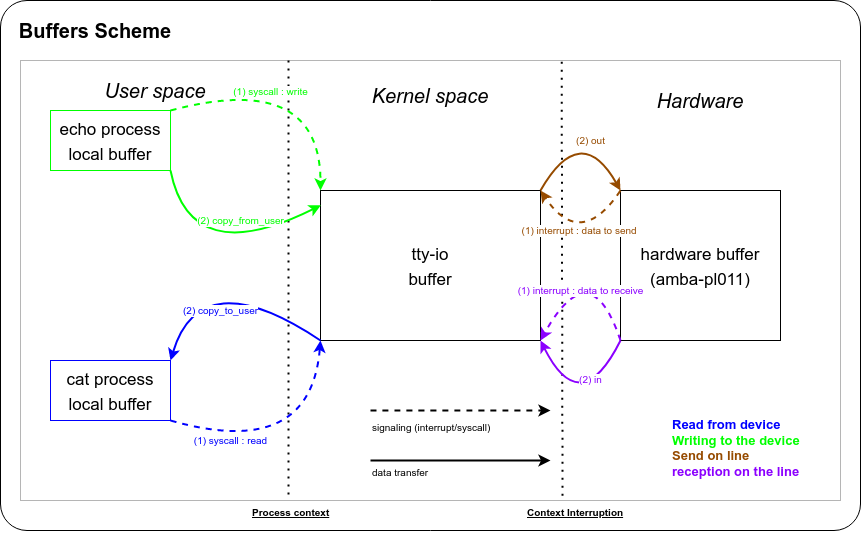
The draw.io diagram image/SERIAL-04.png in lchy0113/dev_tips, before a commit. Source tidied: cells renumbered, new cells last; positions are measured from the earlier drawing's top-left corner, leaving out a move shared by most shapes.
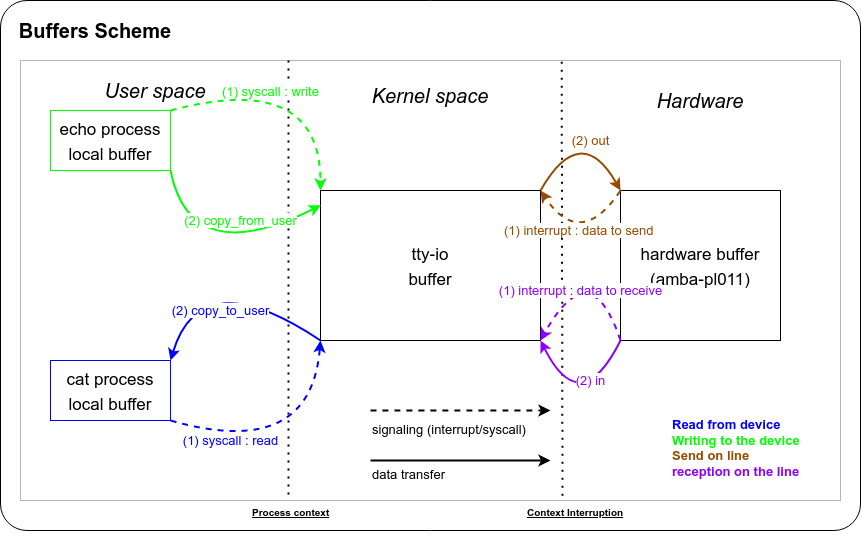
Above is the later version.

Diff of the diagram source:
```diff
@@ -41,7 +41,7 @@
     <mxCell id="13" value="&lt;span style=&quot;&quot;&gt;&lt;font style=&quot;font-size: 20px;&quot;&gt;Hardware&lt;/font&gt;&lt;/span&gt;" style="text;html=1;strokeColor=none;fillColor=none;align=center;verticalAlign=middle;whiteSpace=wrap;rounded=0;fontStyle=2;" parent="1" vertex="1">
       <mxGeometry x="605" y="90" width="190" height="20" as="geometry" />
     </mxCell>
-    <mxCell id="14" value="(1) syscall : write" style="endArrow=classic;html=1;fontSize=10;exitX=1;exitY=0;exitDx=0;exitDy=0;entryX=0;entryY=0;entryDx=0;entryDy=0;strokeColor=#00FF00;fontColor=#00FF00;dashed=1;curved=1;strokeWidth=2;" parent="1" edge="1" source="7" target="9">
+    <mxCell id="14" value="(1) syscall : write" style="endArrow=classic;html=1;fontSize=13;exitX=1;exitY=0;exitDx=0;exitDy=0;entryX=0;entryY=0;entryDx=0;entryDy=0;strokeColor=#00FF00;fontColor=#00FF00;dashed=1;curved=1;strokeWidth=2;" parent="1" edge="1" source="7" target="9">
       <mxGeometry x="-0.26" y="-6" relative="1" as="geometry">
         <Array as="points">
           <mxPoint x="320" y="70" />
@@ -49,21 +49,21 @@
         <mxPoint y="1" as="offset" />
       </mxGeometry>
     </mxCell>
-    <mxCell id="15" value="(2) copy_from_user" style="curved=1;endArrow=none;html=1;fontSize=10;exitX=0.002;exitY=0.098;exitDx=0;exitDy=0;entryX=1;entryY=1;entryDx=0;entryDy=0;exitPerimeter=0;startArrow=classic;startFill=1;endFill=0;strokeColor=#00FF00;fontColor=#00FF00;strokeWidth=2;" parent="1" edge="1" source="9" target="7">
+    <mxCell id="15" value="(2) copy_from_user" style="curved=1;endArrow=none;html=1;fontSize=13;exitX=0.002;exitY=0.098;exitDx=0;exitDy=0;entryX=1;entryY=1;entryDx=0;entryDy=0;exitPerimeter=0;startArrow=classic;startFill=1;endFill=0;strokeColor=#00FF00;fontColor=#00FF00;strokeWidth=2;" parent="1" edge="1" source="9" target="7">
       <mxGeometry x="-0.36" y="-22" relative="1" as="geometry">
         <Array as="points">
           <mxPoint x="190" y="270" />
         </Array>
       </mxGeometry>
     </mxCell>
-    <mxCell id="16" value="(2) copy_to_user" style="curved=1;endArrow=classic;html=1;fontSize=10;exitX=0;exitY=1;exitDx=0;exitDy=0;entryX=1;entryY=0;entryDx=0;entryDy=0;fontColor=#0000FF;strokeColor=#0000FF;strokeWidth=2;" parent="1" edge="1" source="9" target="8">
+    <mxCell id="16" value="(2) copy_to_user" style="curved=1;endArrow=classic;html=1;fontSize=13;exitX=0;exitY=1;exitDx=0;exitDy=0;entryX=1;entryY=0;entryDx=0;entryDy=0;fontColor=#0000FF;strokeColor=#0000FF;strokeWidth=2;" parent="1" edge="1" source="9" target="8">
       <mxGeometry x="-0.2" y="31" relative="1" as="geometry">
         <Array as="points">
           <mxPoint x="200" y="260" />
         </Array>
       </mxGeometry>
     </mxCell>
-    <mxCell id="17" value="(1) syscall : read" style="endArrow=classic;html=1;fontSize=10;exitX=1;exitY=1;exitDx=0;exitDy=0;fontColor=#0000FF;strokeColor=#0000FF;dashed=1;curved=1;strokeWidth=2;" parent="1" edge="1" source="8">
+    <mxCell id="17" value="(1) syscall : read" style="endArrow=classic;html=1;fontSize=13;exitX=1;exitY=1;exitDx=0;exitDy=0;fontColor=#0000FF;strokeColor=#0000FF;dashed=1;curved=1;strokeWidth=2;" parent="1" edge="1" source="8">
       <mxGeometry x="-0.53" y="-3" relative="1" as="geometry">
         <mxPoint x="320" y="340" as="targetPoint" />
         <Array as="points">
@@ -71,28 +71,28 @@
         </Array>
       </mxGeometry>
     </mxCell>
-    <mxCell id="18" value="(1) interrupt : data to receive" style="endArrow=classic;html=1;fontSize=10;entryX=1;entryY=1;entryDx=0;entryDy=0;exitX=0;exitY=1;exitDx=0;exitDy=0;strokeColor=#8B00FF;fontColor=#8B00FF;dashed=1;curved=1;strokeWidth=2;" parent="1" edge="1" source="10" target="9">
+    <mxCell id="18" value="(1) interrupt : data to receive" style="endArrow=classic;html=1;fontSize=13;entryX=1;entryY=1;entryDx=0;entryDy=0;exitX=0;exitY=1;exitDx=0;exitDy=0;strokeColor=#8B00FF;fontColor=#8B00FF;dashed=1;curved=1;strokeWidth=2;" parent="1" edge="1" source="10" target="9">
       <mxGeometry x="0.36" y="11" relative="1" as="geometry">
         <Array as="points">
           <mxPoint x="590" y="250" />
         </Array>
       </mxGeometry>
     </mxCell>
-    <mxCell id="19" value="(2) in" style="curved=1;endArrow=classic;html=1;fontSize=10;entryX=1;entryY=1;entryDx=0;entryDy=0;exitX=0;exitY=1;exitDx=0;exitDy=0;strokeColor=#8B00FF;fontColor=#8B00FF;strokeWidth=2;" parent="1" edge="1" source="10" target="9">
+    <mxCell id="19" value="(2) in" style="curved=1;endArrow=classic;html=1;fontSize=13;entryX=1;entryY=1;entryDx=0;entryDy=0;exitX=0;exitY=1;exitDx=0;exitDy=0;strokeColor=#8B00FF;fontColor=#8B00FF;strokeWidth=2;" parent="1" edge="1" source="10" target="9">
       <mxGeometry x="-0.45" y="-9" relative="1" as="geometry">
         <Array as="points">
           <mxPoint x="580" y="420" />
         </Array>
       </mxGeometry>
     </mxCell>
-    <mxCell id="20" value="(2) out" style="curved=1;endArrow=classic;html=1;fontSize=10;entryX=0;entryY=0;entryDx=0;entryDy=0;exitX=1;exitY=0;exitDx=0;exitDy=0;fontColor=#964B00;strokeColor=#964B00;strokeWidth=2;" parent="1" edge="1" source="9" target="10">
+    <mxCell id="20" value="(2) out" style="curved=1;endArrow=classic;html=1;fontSize=13;entryX=0;entryY=0;entryDx=0;entryDy=0;exitX=1;exitY=0;exitDx=0;exitDy=0;fontColor=#964B00;strokeColor=#964B00;strokeWidth=2;" parent="1" edge="1" source="9" target="10">
       <mxGeometry x="0.28" y="-1" relative="1" as="geometry">
         <Array as="points">
           <mxPoint x="580" y="120" />
         </Array>
       </mxGeometry>
     </mxCell>
-    <mxCell id="21" value="(1) interrupt : data to send&amp;nbsp;" style="endArrow=classic;html=1;fontSize=10;entryX=1;entryY=0;entryDx=0;entryDy=0;exitX=0;exitY=0;exitDx=0;exitDy=0;fontColor=#964B00;strokeColor=#964B00;dashed=1;curved=1;strokeWidth=2;" parent="1" edge="1" source="10" target="9">
+    <mxCell id="21" value="(1) interrupt : data to send&amp;nbsp;" style="endArrow=classic;html=1;fontSize=13;entryX=1;entryY=0;entryDx=0;entryDy=0;exitX=0;exitY=0;exitDx=0;exitDy=0;fontColor=#964B00;strokeColor=#964B00;dashed=1;curved=1;strokeWidth=2;" parent="1" edge="1" source="10" target="9">
       <mxGeometry x="-0.23" y="-11" relative="1" as="geometry">
         <Array as="points">
           <mxPoint x="580" y="250" />
@@ -114,10 +114,10 @@
     <mxCell id="24" value="&lt;b style=&quot;font-size: 13px;&quot;&gt;&lt;font color=&quot;#0000ff&quot; style=&quot;font-size: 13px;&quot;&gt;Read from device&lt;/font&gt;&lt;/b&gt;&lt;br style=&quot;font-size: 13px;&quot;&gt;&lt;b style=&quot;font-size: 13px;&quot;&gt;&lt;font color=&quot;#00ff00&quot; style=&quot;font-size: 13px;&quot;&gt;Writing to the device&lt;/font&gt;&lt;/b&gt;&lt;br style=&quot;font-size: 13px;&quot;&gt;&lt;b style=&quot;font-size: 13px;&quot;&gt;&lt;font color=&quot;#964b00&quot; style=&quot;font-size: 13px;&quot;&gt;Send on line&lt;/font&gt;&lt;/b&gt;&lt;br style=&quot;font-size: 13px;&quot;&gt;&lt;font color=&quot;#8b00ff&quot; style=&quot;font-size: 13px;&quot;&gt;&lt;b style=&quot;font-size: 13px;&quot;&gt;reception on the line&lt;/b&gt;&lt;/font&gt;" style="text;whiteSpace=wrap;html=1;fontSize=13;" parent="1" vertex="1">
       <mxGeometry x="670" y="410" width="170" height="90" as="geometry" />
     </mxCell>
-    <mxCell id="25" value="signaling (interrupt/syscall)" style="text;whiteSpace=wrap;html=1;fontSize=10;" parent="1" vertex="1">
-      <mxGeometry x="370" y="415" width="140" height="20" as="geometry" />
+    <mxCell id="25" value="signaling (interrupt/syscall)" style="text;whiteSpace=wrap;html=1;fontSize=13;" parent="1" vertex="1">
+      <mxGeometry x="370" y="415" width="180" height="20" as="geometry" />
     </mxCell>
-    <mxCell id="26" value="data transfer" style="text;whiteSpace=wrap;html=1;fontSize=10;" parent="1" vertex="1">
+    <mxCell id="26" value="data transfer" style="text;whiteSpace=wrap;html=1;fontSize=13;" parent="1" vertex="1">
       <mxGeometry x="370" y="460" width="90" height="40" as="geometry" />
     </mxCell>
     <mxCell id="27" value="Process context" style="text;whiteSpace=wrap;html=1;fontSize=10;fontStyle=5;" parent="1" vertex="1">
```
